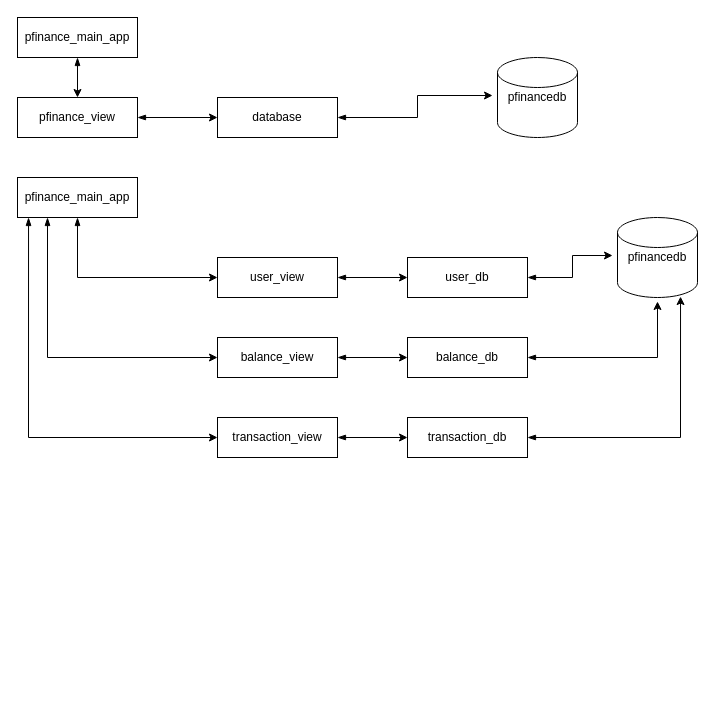
Earlier version of the draw.io diagram draw/pfinancedb.drawio (baylagas/py-s7-c2-ejer). Source tidied: cells renumbered, new cells numbered last; positions are measured from the earlier drawing's top-left corner, leaving out a move shared by most shapes. Both pictures are drawn from the tidied source at 100%, with x=0, y=0 at pixel (17, 17).
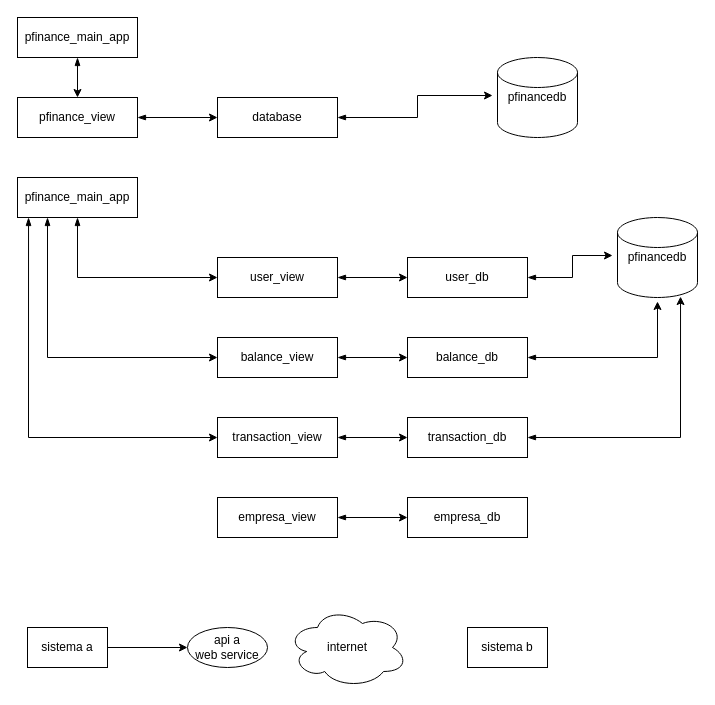
After the change.

Diff of the diagram source:
```diff
@@
+    <mxCell id="26" style="edgeStyle=orthogonalEdgeStyle;rounded=0;jettySize=auto;html=1;exitX=1;exitY=0.5;exitDx=0;exitDy=0;entryX=0;entryY=0.5;entryDx=0;entryDy=0;" parent="1" edge="1" source="27" target="28">
+      <mxGeometry relative="1" as="geometry" />
+    </mxCell>
+    <mxCell id="27" value="sistema a" style="rounded=0;whiteSpace=wrap;html=1;" parent="1" vertex="1">
+      <mxGeometry x="10" y="610" width="80" height="40" as="geometry" />
+    </mxCell>
+    <mxCell id="28" value="api a&lt;br&gt;web service" style="ellipse;whiteSpace=wrap;html=1;" parent="1" vertex="1">
+      <mxGeometry x="170" y="610" width="80" height="40" as="geometry" />
+    </mxCell>
+    <mxCell id="29" value="internet" style="ellipse;shape=cloud;whiteSpace=wrap;html=1;" parent="1" vertex="1">
+      <mxGeometry x="270" y="590" width="120" height="80" as="geometry" />
+    </mxCell>
+    <mxCell id="30" value="sistema b" style="rounded=0;whiteSpace=wrap;html=1;" parent="1" vertex="1">
+      <mxGeometry x="450" y="610" width="80" height="40" as="geometry" />
+    </mxCell>
+    <mxCell id="31" style="edgeStyle=orthogonalEdgeStyle;rounded=0;jettySize=auto;html=1;entryX=0;entryY=0.5;entryDx=0;entryDy=0;startArrow=blockThin;startFill=1;" parent="1" edge="1" source="32" target="33">
+      <mxGeometry relative="1" as="geometry" />
+    </mxCell>
+    <mxCell id="32" value="empresa_view" style="rounded=0;whiteSpace=wrap;html=1;" parent="1" vertex="1">
+      <mxGeometry x="200" y="480" width="120" height="40" as="geometry" />
+    </mxCell>
+    <mxCell id="33" value="empresa_db" style="rounded=0;whiteSpace=wrap;html=1;" parent="1" vertex="1">
+      <mxGeometry x="390" y="480" width="120" height="40" as="geometry" />
+    </mxCell>
```
